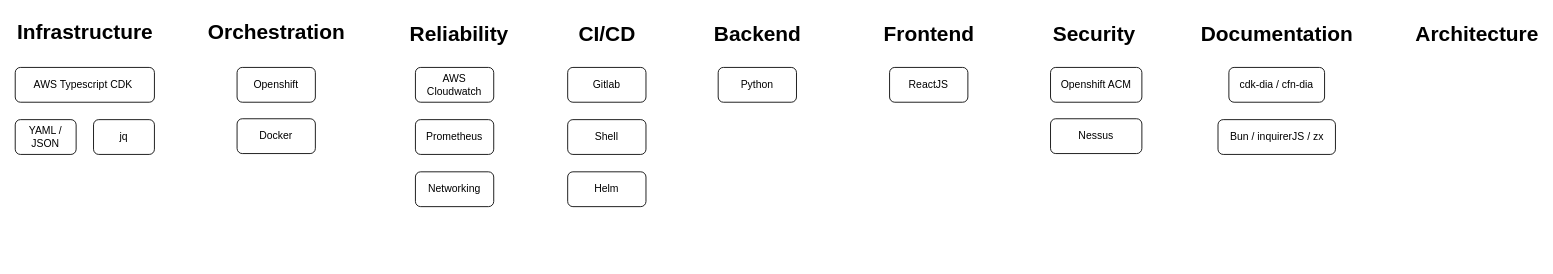
Before: roadmap.drawio in knonenull23/dotfiles00, a draw.io diagram. Source tidied: cells renumbered, new cells numbered last; positions are measured from the earlier drawing's top-left corner, leaving out a move shared by most shapes. Both pictures are drawn from the tidied source at 87%, with x=0, y=0 at pixel (15, 15).
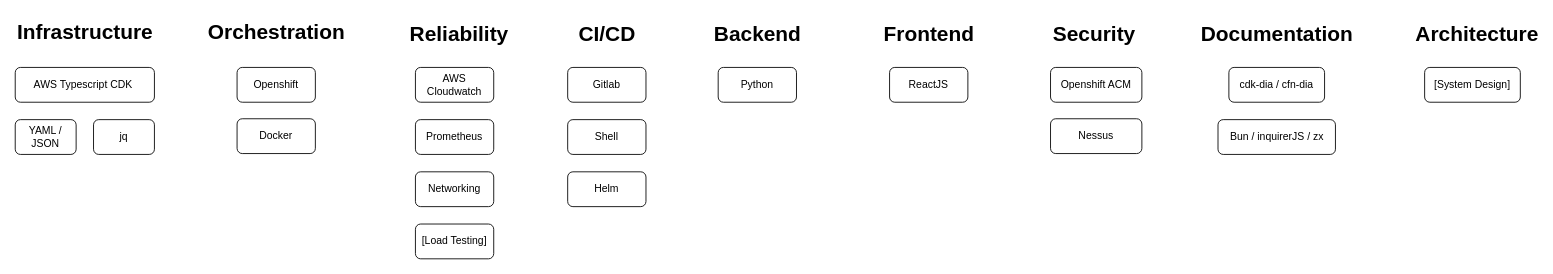
After the change.

Change to the diagram source:
```diff
@@
+    <mxCell id="28" value="[Load Testing]" style="rounded=1;whiteSpace=wrap;html=1;" parent="1" vertex="1">
+      <mxGeometry x="460" y="240" width="90" height="40" as="geometry" />
+    </mxCell>
+    <mxCell id="29" value="[System Design]" style="rounded=1;whiteSpace=wrap;html=1;" parent="1" vertex="1">
+      <mxGeometry x="1620" y="60" width="110" height="40" as="geometry" />
+    </mxCell>
```
